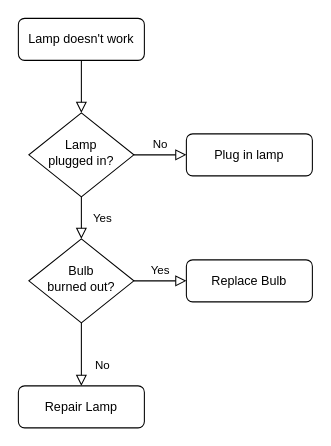
Earlier version of the draw.io diagram Diagramme sans nom.drawio (lanoy/learn-rails). Source tidied: cells renumbered, new cells numbered last; positions are measured from the earlier drawing's top-left corner, leaving out a move shared by most shapes. Both pictures are drawn from the tidied source at 105%, with x=0, y=0 at pixel (18, 18).
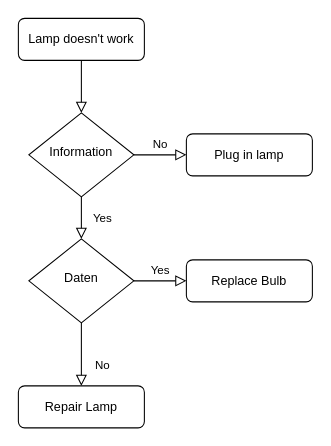
The same diagram, later.

Commit message:
Mettre à jour Diagramme sans nom.drawio

What changed in the source:
```diff
@@
 <mxGraphModel>
   <root>
     <mxCell id="0" />
     <mxCell id="1" parent="0" />
     <mxCell id="2" style="rounded=0;html=1;jettySize=auto;fontSize=11;endArrow=block;endFill=0;endSize=8;strokeWidth=1;shadow=0;labelBackgroundColor=none;edgeStyle=orthogonalEdgeStyle;" parent="1" edge="1" source="3" target="6">
       <mxGeometry relative="1" as="geometry" />
     </mxCell>
     <mxCell id="3" value="Lamp doesn't work" style="rounded=1;whiteSpace=wrap;html=1;fontSize=12;glass=0;strokeWidth=1;shadow=0;" parent="1" vertex="1">
       <mxGeometry width="120" height="40" as="geometry" />
     </mxCell>
     <mxCell id="4" value="Yes" style="rounded=0;html=1;jettySize=auto;fontSize=11;endArrow=block;endFill=0;endSize=8;strokeWidth=1;shadow=0;labelBackgroundColor=none;edgeStyle=orthogonalEdgeStyle;" parent="1" edge="1" source="6" target="10">
       <mxGeometry y="20" relative="1" as="geometry" />
     </mxCell>
     <mxCell id="5" value="No" style="edgeStyle=orthogonalEdgeStyle;rounded=0;html=1;jettySize=auto;fontSize=11;endArrow=block;endFill=0;endSize=8;strokeWidth=1;shadow=0;labelBackgroundColor=none;" parent="1" edge="1" source="6" target="7">
       <mxGeometry y="10" relative="1" as="geometry" />
     </mxCell>
-    <mxCell id="6" value="Lamp&lt;br&gt;plugged in?" style="rhombus;whiteSpace=wrap;html=1;shadow=0;fontFamily=Helvetica;fontSize=12;align=center;strokeWidth=1;spacing=6;spacingTop=-4;" parent="1" vertex="1">
+    <mxCell id="6" value="Information" style="rhombus;whiteSpace=wrap;html=1;shadow=0;fontFamily=Helvetica;fontSize=12;align=center;strokeWidth=1;spacing=6;spacingTop=-4;" parent="1" vertex="1">
       <mxGeometry x="10" y="90" width="100" height="80" as="geometry" />
     </mxCell>
     <mxCell id="7" value="Plug in lamp" style="rounded=1;whiteSpace=wrap;html=1;fontSize=12;glass=0;strokeWidth=1;shadow=0;" parent="1" vertex="1">
       <mxGeometry x="160" y="110" width="120" height="40" as="geometry" />
     </mxCell>
     <mxCell id="8" value="No" style="rounded=0;html=1;jettySize=auto;fontSize=11;endArrow=block;endFill=0;endSize=8;strokeWidth=1;shadow=0;labelBackgroundColor=none;edgeStyle=orthogonalEdgeStyle;" parent="1" edge="1" source="10" target="11">
       <mxGeometry x="0.33" y="20" relative="1" as="geometry" />
     </mxCell>
     <mxCell id="9" value="Yes" style="edgeStyle=orthogonalEdgeStyle;rounded=0;html=1;jettySize=auto;fontSize=11;endArrow=block;endFill=0;endSize=8;strokeWidth=1;shadow=0;labelBackgroundColor=none;" parent="1" edge="1" source="10" target="12">
       <mxGeometry y="10" relative="1" as="geometry" />
     </mxCell>
-    <mxCell id="10" value="Bulb&lt;br&gt;burned out?" style="rhombus;whiteSpace=wrap;html=1;shadow=0;fontFamily=Helvetica;fontSize=12;align=center;strokeWidth=1;spacing=6;spacingTop=-4;" parent="1" vertex="1">
+    <mxCell id="10" value="&lt;div&gt;Daten&lt;br&gt;&lt;/div&gt;" style="rhombus;whiteSpace=wrap;html=1;shadow=0;fontFamily=Helvetica;fontSize=12;align=center;strokeWidth=1;spacing=6;spacingTop=-4;" parent="1" vertex="1">
       <mxGeometry x="10" y="210" width="100" height="80" as="geometry" />
     </mxCell>
     <mxCell id="11" value="Repair Lamp" style="rounded=1;whiteSpace=wrap;html=1;fontSize=12;glass=0;strokeWidth=1;shadow=0;" parent="1" vertex="1">
       <mxGeometry y="350" width="120" height="40" as="geometry" />
     </mxCell>
     <mxCell id="12" value="Replace Bulb" style="rounded=1;whiteSpace=wrap;html=1;fontSize=12;glass=0;strokeWidth=1;shadow=0;" parent="1" vertex="1">
       <mxGeometry x="160" y="230" width="120" height="40" as="geometry" />
     </mxCell>
   </root>
 </mxGraphModel>
```
